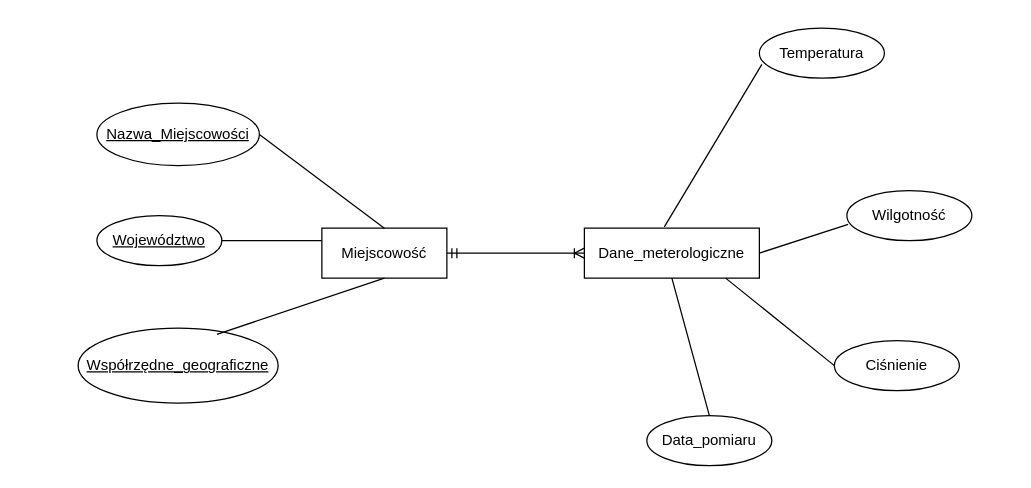
Above: labB/ai2-pogodynka.drawio in maniek-wq/ai2-pogodynka (draw.io), before the change. Source tidied: cells renumbered, new cells numbered last; positions are measured from the earlier drawing's top-left corner, leaving out a move shared by most shapes. Both pictures are drawn from the tidied source at 125%, with x=0, y=0 at pixel (78, 28).
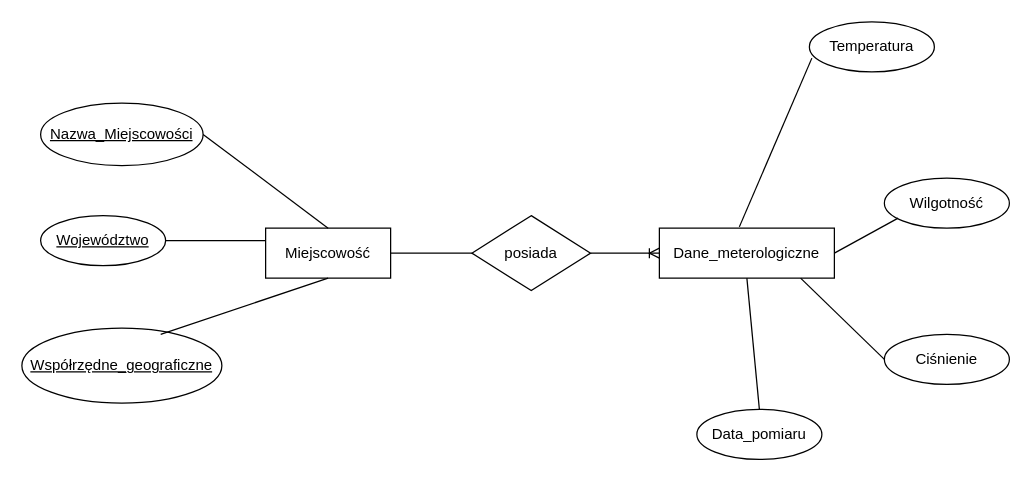
The same page after the edit.

The edit, as a diff of the source:
```diff
@@
     <mxCell id="2" value="Dane_meterologiczne" style="whiteSpace=wrap;html=1;align=center;" parent="1" vertex="1">
-      <mxGeometry x="405" y="160" width="140" height="40" as="geometry" />
+      <mxGeometry x="465" y="160" width="140" height="40" as="geometry" />
     </mxCell>
     <mxCell id="3" value="Miejscowość" style="whiteSpace=wrap;html=1;align=center;" parent="1" vertex="1">
-      <mxGeometry x="195" y="160" width="100" height="40" as="geometry" />
+      <mxGeometry x="150" y="160" width="100" height="40" as="geometry" />
     </mxCell>
     <mxCell id="4" value="Nazwa_Miejscowości" style="ellipse;whiteSpace=wrap;html=1;align=center;fontStyle=4;" parent="1" vertex="1">
-      <mxGeometry x="15" y="60" width="130" height="50" as="geometry" />
+      <mxGeometry x="-30" y="60" width="130" height="50" as="geometry" />
     </mxCell>
     <mxCell id="5" value="Województwo" style="ellipse;whiteSpace=wrap;html=1;align=center;fontStyle=4;" parent="1" vertex="1">
-      <mxGeometry x="15" y="150" width="100" height="40" as="geometry" />
+      <mxGeometry x="-30" y="150" width="100" height="40" as="geometry" />
     </mxCell>
     <mxCell id="6" value="Współrzędne_geograficzne" style="ellipse;whiteSpace=wrap;html=1;align=center;fontStyle=4;" parent="1" vertex="1">
-      <mxGeometry y="240" width="160" height="60" as="geometry" />
+      <mxGeometry x="-45" y="240" width="160" height="60" as="geometry" />
     </mxCell>
     <mxCell id="7" value="Temperatura" style="ellipse;whiteSpace=wrap;html=1;align=center;" parent="1" vertex="1">
-      <mxGeometry x="545" width="100" height="40" as="geometry" />
+      <mxGeometry x="585" y="-5" width="100" height="40" as="geometry" />
     </mxCell>
     <mxCell id="8" value="Ciśnienie" style="ellipse;whiteSpace=wrap;html=1;align=center;" parent="1" vertex="1">
-      <mxGeometry x="605" y="250" width="100" height="40" as="geometry" />
+      <mxGeometry x="645" y="245" width="100" height="40" as="geometry" />
     </mxCell>
     <mxCell id="9" value="Data_pomiaru" style="ellipse;whiteSpace=wrap;html=1;align=center;" parent="1" vertex="1">
-      <mxGeometry x="455" y="310" width="100" height="40" as="geometry" />
+      <mxGeometry x="495" y="305" width="100" height="40" as="geometry" />
     </mxCell>
     <mxCell id="10" value="Wilgotność" style="ellipse;whiteSpace=wrap;html=1;align=center;" parent="1" vertex="1">
-      <mxGeometry x="615" y="130" width="100" height="40" as="geometry" />
+      <mxGeometry x="645" y="120" width="100" height="40" as="geometry" />
     </mxCell>
@@
-    <mxCell id="14" style="edgeStyle=entityRelationEdgeStyle;fontSize=12;html=1;endArrow=ERoneToMany;startArrow=ERmandOne;rounded=0;exitX=1;exitY=0.5;exitDx=0;exitDy=0;" parent="1" edge="1" source="3">
-      <mxGeometry relative="1" as="geometry">
-        <mxPoint x="405" y="180" as="targetPoint" />
-      </mxGeometry>
-    </mxCell>
@@
-    <mxCell id="16" style="endArrow=none;html=1;rounded=0;exitX=1;exitY=0.5;exitDx=0;exitDy=0;entryX=0.01;entryY=0.675;entryDx=0;entryDy=0;entryPerimeter=0;" parent="1" edge="1" source="2" target="10">
-      <mxGeometry relative="1" as="geometry" />
+    <mxCell id="16" style="endArrow=none;html=1;rounded=0;exitX=1;exitY=0.5;exitDx=0;exitDy=0;entryX=0.01;entryY=0.675;entryDx=0;entryDy=0;entryPerimeter=0;" parent="1" edge="1" source="2">
+      <mxGeometry relative="1" as="geometry">
+        <mxPoint x="656" y="152" as="targetPoint" />
+      </mxGeometry>
     </mxCell>
@@
+    <mxCell id="19" style="edgeStyle=entityRelationEdgeStyle;fontSize=12;html=1;endArrow=ERoneToMany;rounded=0;exitX=1;exitY=0.5;exitDx=0;exitDy=0;entryX=0;entryY=0.5;entryDx=0;entryDy=0;" parent="1" edge="1" source="20" target="2">
+      <mxGeometry relative="1" as="geometry" />
+    </mxCell>
+    <mxCell id="20" value="posiada" style="shape=rhombus;perimeter=rhombusPerimeter;whiteSpace=wrap;html=1;align=center;" parent="1" vertex="1">
+      <mxGeometry x="315" y="150" width="95" height="60" as="geometry" />
+    </mxCell>
+    <mxCell id="21" style="endArrow=none;html=1;rounded=0;exitX=1;exitY=0.5;exitDx=0;exitDy=0;entryX=0;entryY=0.5;entryDx=0;entryDy=0;" parent="1" edge="1" source="3" target="20">
+      <mxGeometry relative="1" as="geometry" />
+    </mxCell>
```
